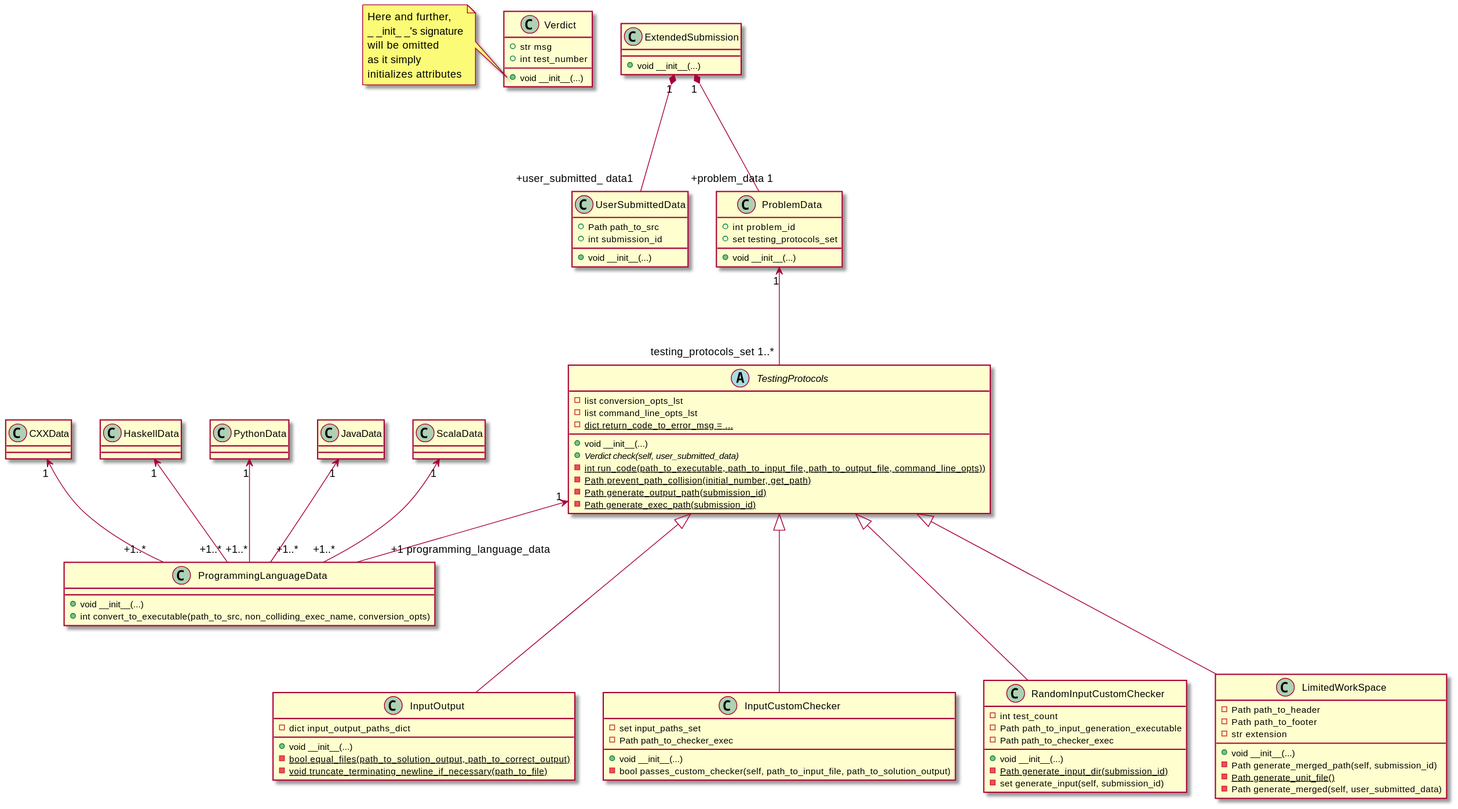
IgorZhiltsoff/TPy_project keeps this PlantUML diagram as TestingSystem/TestingProtocols/testing_protocols_class_diagram.svg. Above is the earlier version.
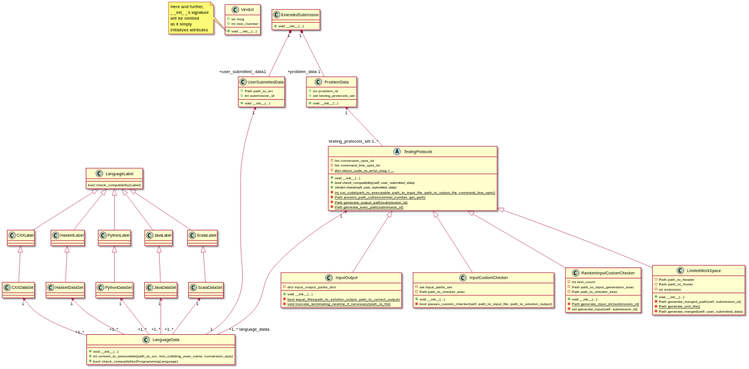
Above is the later version.

Commit message:
Improved naming in testing_protocols

Diff of the diagram source:
```diff
@@ -24,30 +24,52 @@
 }
 
 
-class ProgrammingLanguageData {
+class LanguageData {
         +void __init__(...)
         +int convert_to_executable(path_to_src, non_colliding_exec_name, conversion_opts)
+        +bool check_compatibility(ProgrammingLanguage)
 }
 
-class CXXData
+class CXXLabel
+class CXXDataSet
 
-CXXData "1" <-- "+1..*" ProgrammingLanguageData
+CXXLabel <|-- CXXDataSet
+CXXDataSet "1" <-- "+1..*" LanguageData
 
-class HaskellData
+class HaskellLabel
+class HaskellDataSet
 
-HaskellData "1" <-- "+1..*" ProgrammingLanguageData
+HaskellLabel <|-- HaskellDataSet
+HaskellDataSet "1" <-- "+1..*" LanguageData
 
-class PythonData
+class PythonLabel
+class PythonDataSet
 
-PythonData "1" <-- "+1..*" ProgrammingLanguageData
+PythonLabel <|-- PythonDataSet
+PythonDataSet "1" <-- "+1..*" LanguageData
 
-class JavaData
+class JavaLabel
+class JavaDataSet
 
-JavaData "1" <-- "+1..*" ProgrammingLanguageData
+JavaLabel <|-- JavaDataSet
+JavaDataSet "1" <-- "+1..*" LanguageData
 
-class ScalaData
+class ScalaLabel
+class ScalaDataSet
 
-ScalaData "1" <-- "+1..*" ProgrammingLanguageData
+ScalaLabel <|-- ScalaDataSet
+ScalaDataSet "1" <-- "+1..*" LanguageData
+
+class LanguageLabel {
+    bool check_compatibility(Label)
+}
+
+
+LanguageLabel <|-- CXXLabel
+LanguageLabel <|-- HaskellLabel
+LanguageLabel <|-- PythonLabel
+LanguageLabel <|-- JavaLabel
+LanguageLabel <|-- ScalaLabel
 
 
 abstract class TestingProtocols {
@@ -56,6 +78,7 @@
     -{static} dict return_code_to_error_msg = ...
 
     +void __init__(...)
+    +{abstract} bool check_compatibility(self, user_submitted_data)
     +{abstract} Verdict check(self, user_submitted_data)
     -{static} int run_code(path_to_executable, path_to_input_file, path_to_output_file, command_line_opts))
     -{static} Path prevent_path_collision(initial_number, get_path)
@@ -63,7 +86,8 @@
     -{static} Path generate_exec_path(submission_id)
 }
 
-TestingProtocols "1" <-- "+1 programming_language_data" ProgrammingLanguageData
+TestingProtocols "1" <---- "+1..* language_datas" LanguageData
+UserSubmittedData "1" <------ "1" LanguageData
 
 class InputOutput {
     -dict input_output_paths_dict
@@ -83,7 +107,7 @@
 
 class RandomInputCustomChecker {
     -int test_count
-    -Path path_to_input_generation_executable
+    -Path path_to_input_generation_exec
     -Path path_to_checker_exec
 
 
```
